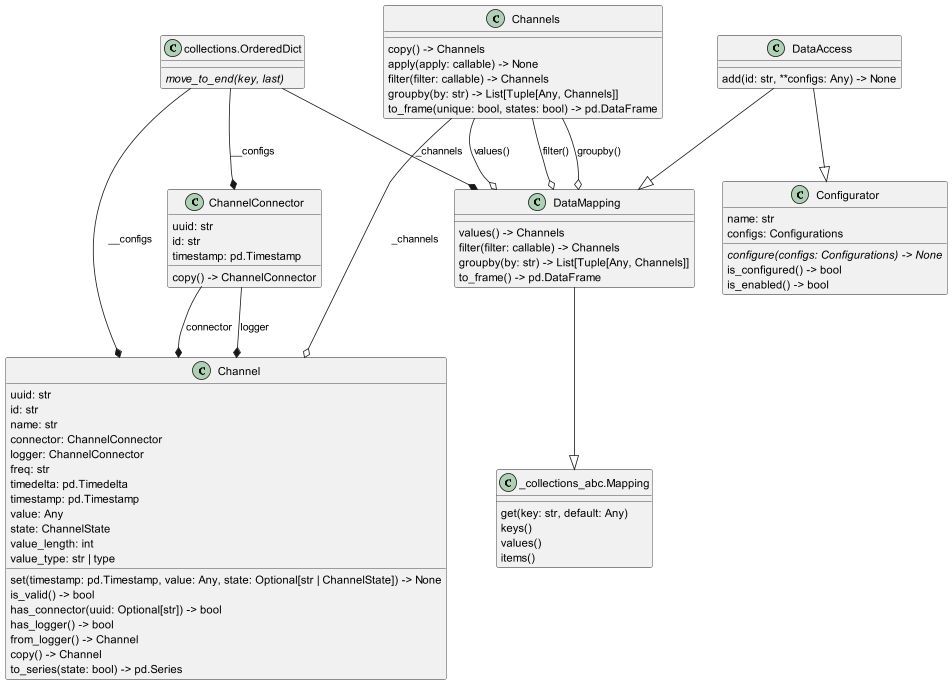
The PlantUML diagram doc/_static/diagrams/data-access.png in isc-konstanz/lories, before a commit. Source of this version:
```plantuml
@startuml loris.data.access.DataAccess
set namespaceSeparator none
class "Channel" as loris.channels.channel.Channel {
  uuid: str
  id: str
  name: str
  connector: ChannelConnector
  logger: ChannelConnector
  freq: str
  timedelta: pd.Timedelta
  timestamp: pd.Timestamp
  value: Any
  state: ChannelState
  value_length: int
  value_type: str | type
  set(timestamp: pd.Timestamp, value: Any, state: Optional[str | ChannelState]) -> None
  is_valid() -> bool
  has_connector(uuid: Optional[str]) -> bool
  has_logger() -> bool
  from_logger() -> Channel
  copy() -> Channel
  to_series(state: bool) -> pd.Series
}
class "ChannelConnector" as loris.channels.connector.ChannelConnector {
  uuid: str
  id: str
  timestamp: pd.Timestamp
  copy() -> ChannelConnector
}
class "Channels" as loris.channels.collection.Channels {
  copy() -> Channels
  apply(apply: callable) -> None
  filter(filter: callable) -> Channels
  groupby(by: str) -> List[Tuple[Any, Channels]]
  to_frame(unique: bool, states: bool) -> pd.DataFrame
}
class "DataAccess" as loris.data.access.DataAccess {
  add(id: str, **configs: Any) -> None
}
class "DataMapping" as loris.data.mapping.DataMapping {
  values() -> Channels
  filter(filter: callable) -> Channels
  groupby(by: str) -> List[Tuple[Any, Channels]]
  to_frame() -> pd.DataFrame
}
class _collections_abc.Mapping {
  get(key: str, default: Any)
  keys()
  values()
  items()
}
class collections.OrderedDict {
  {abstract}move_to_end(key, last)
}
class "Configurator" as loris.configs.configurator.Configurator {
  name: str
  configs: Configurations
  {abstract}configure(configs: Configurations) -> None
  is_configured() -> bool
  is_enabled() -> bool
}
loris.channels.connector.ChannelConnector --* loris.channels.channel.Channel : logger
loris.channels.connector.ChannelConnector --* loris.channels.channel.Channel : connector
loris.channels.collection.Channels --o loris.channels.channel.Channel : _channels
loris.channels.collection.Channels --o loris.data.mapping.DataMapping : values()
loris.channels.collection.Channels --o loris.data.mapping.DataMapping : filter()
loris.channels.collection.Channels --o loris.data.mapping.DataMapping : groupby()
loris.data.access.DataAccess --|> loris.configs.configurator.Configurator
loris.data.access.DataAccess --|> loris.data.mapping.DataMapping
loris.data.mapping.DataMapping --|> _collections_abc.Mapping
collections.OrderedDict --* loris.channels.channel.Channel : __configs
collections.OrderedDict --* loris.channels.connector.ChannelConnector : __configs
collections.OrderedDict --* loris.data.mapping.DataMapping : _channels
@enduml
```
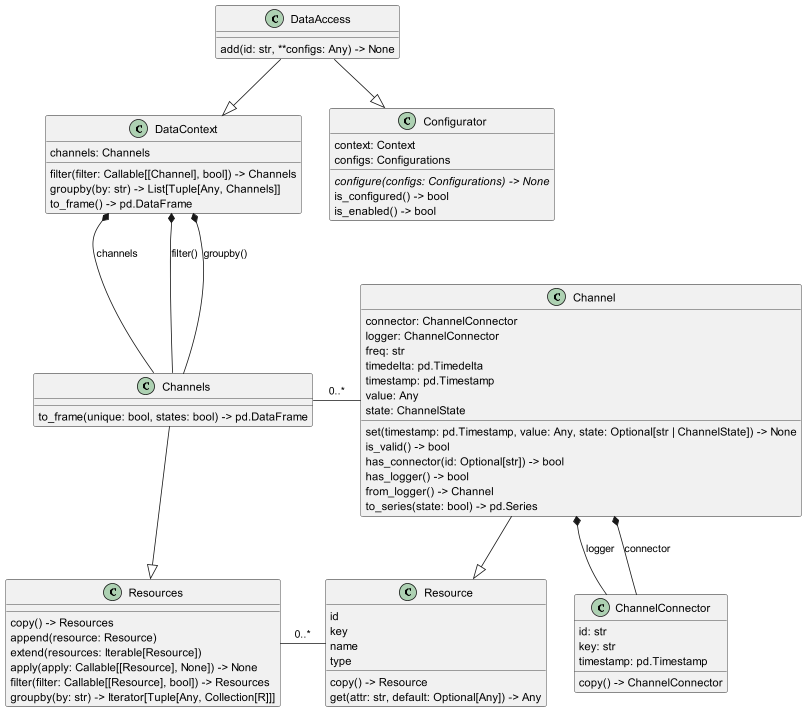
After the change.

Change to the diagram source:
```diff
@@ -1,9 +1,6 @@
 @startuml loris.data.access.DataAccess
 set namespaceSeparator none
-class "Channel" as loris.channels.channel.Channel {
-  uuid: str
-  id: str
-  name: str
+class "Channel" as loris.data.channels.channel.Channel {
   connector: ChannelConnector
   logger: ChannelConnector
   freq: str
@@ -11,64 +8,63 @@
   timestamp: pd.Timestamp
   value: Any
   state: ChannelState
-  value_length: int
-  value_type: str | type
   set(timestamp: pd.Timestamp, value: Any, state: Optional[str | ChannelState]) -> None
   is_valid() -> bool
-  has_connector(uuid: Optional[str]) -> bool
+  has_connector(id: Optional[str]) -> bool
   has_logger() -> bool
   from_logger() -> Channel
-  copy() -> Channel
   to_series(state: bool) -> pd.Series
 }
-class "ChannelConnector" as loris.channels.connector.ChannelConnector {
-  uuid: str
+class "ChannelConnector" as loris.data.channels.connector.ChannelConnector {
   id: str
+  key: str
   timestamp: pd.Timestamp
   copy() -> ChannelConnector
 }
-class "Channels" as loris.channels.collection.Channels {
-  copy() -> Channels
-  apply(apply: callable) -> None
-  filter(filter: callable) -> Channels
-  groupby(by: str) -> List[Tuple[Any, Channels]]
+class "Channels" as loris.data.channels.collection.Channels {
   to_frame(unique: bool, states: bool) -> pd.DataFrame
+}
+class "Resources" as loris.core.resources.Resources {
+  copy() -> Resources
+  append(resource: Resource)
+  extend(resources: Iterable[Resource])
+  apply(apply: Callable[[Resource], None]) -> None
+  filter(filter: Callable[[Resource], bool]) -> Resources
+  groupby(by: str) -> Iterator[Tuple[Any, Collection[R]]]
+}
+class "Resource" as loris.core.resource.Resource {
+  id
+  key
+  name
+  type
+  copy() -> Resource
+  get(attr: str, default: Optional[Any]) -> Any
 }
 class "DataAccess" as loris.data.access.DataAccess {
   add(id: str, **configs: Any) -> None
 }
-class "DataMapping" as loris.data.mapping.DataMapping {
-  values() -> Channels
-  filter(filter: callable) -> Channels
+class "DataContext" as loris.data.context.DataContext {
+  channels: Channels
+  filter(filter: Callable[[Channel], bool]) -> Channels
   groupby(by: str) -> List[Tuple[Any, Channels]]
   to_frame() -> pd.DataFrame
 }
-class _collections_abc.Mapping {
-  get(key: str, default: Any)
-  keys()
-  values()
-  items()
-}
-class collections.OrderedDict {
-  {abstract}move_to_end(key, last)
-}
-class "Configurator" as loris.configs.configurator.Configurator {
-  name: str
+class "Configurator" as loris.core.configs.configurator.Configurator {
+  context: Context
   configs: Configurations
   {abstract}configure(configs: Configurations) -> None
   is_configured() -> bool
   is_enabled() -> bool
 }
-loris.channels.connector.ChannelConnector --* loris.channels.channel.Channel : logger
-loris.channels.connector.ChannelConnector --* loris.channels.channel.Channel : connector
-loris.channels.collection.Channels --o loris.channels.channel.Channel : _channels
-loris.channels.collection.Channels --o loris.data.mapping.DataMapping : values()
-loris.channels.collection.Channels --o loris.data.mapping.DataMapping : filter()
-loris.channels.collection.Channels --o loris.data.mapping.DataMapping : groupby()
-loris.data.access.DataAccess --|> loris.configs.configurator.Configurator
-loris.data.access.DataAccess --|> loris.data.mapping.DataMapping
-loris.data.mapping.DataMapping --|> _collections_abc.Mapping
-collections.OrderedDict --* loris.channels.channel.Channel : __configs
-collections.OrderedDict --* loris.channels.connector.ChannelConnector : __configs
-collections.OrderedDict --* loris.data.mapping.DataMapping : _channels
+loris.data.access.DataAccess --|> loris.core.configs.configurator.Configurator
+loris.data.access.DataAccess --|> loris.data.context.DataContext
+loris.core.resources.Resources - loris.core.resource.Resource : 0..*
+loris.data.channels.channel.Channel --|> loris.core.resource.Resource
+loris.data.channels.channel.Channel *-- loris.data.channels.connector.ChannelConnector : logger
+loris.data.channels.channel.Channel *-- loris.data.channels.connector.ChannelConnector : connector
+loris.data.channels.collection.Channels --|> loris.core.resources.Resources
+loris.data.channels.collection.Channels - loris.data.channels.channel.Channel : 0..*
+loris.data.context.DataContext *-- loris.data.channels.collection.Channels : channels
+loris.data.context.DataContext *-- loris.data.channels.collection.Channels : filter()
+loris.data.context.DataContext *-- loris.data.channels.collection.Channels : groupby()
 @enduml
```
